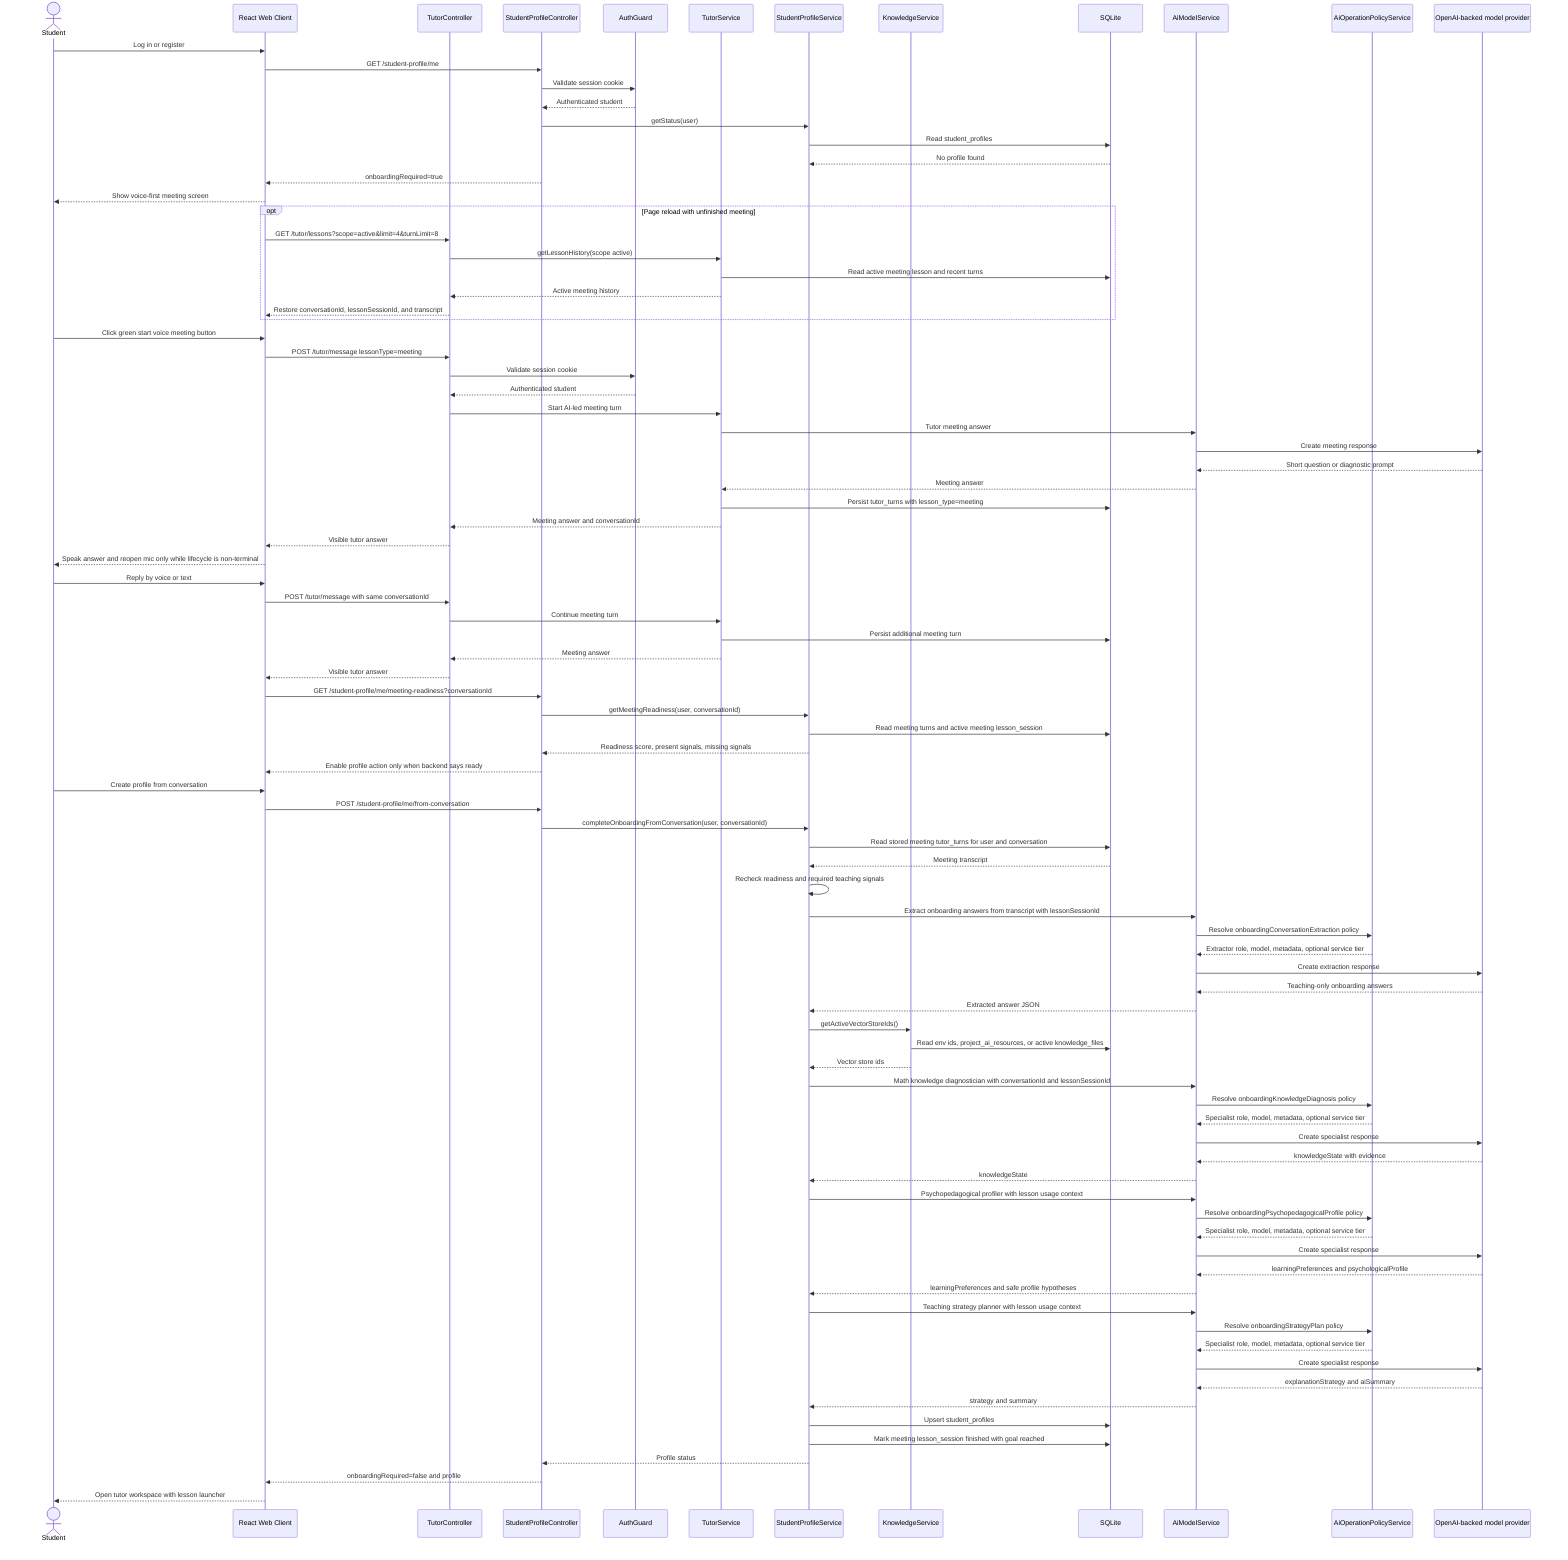
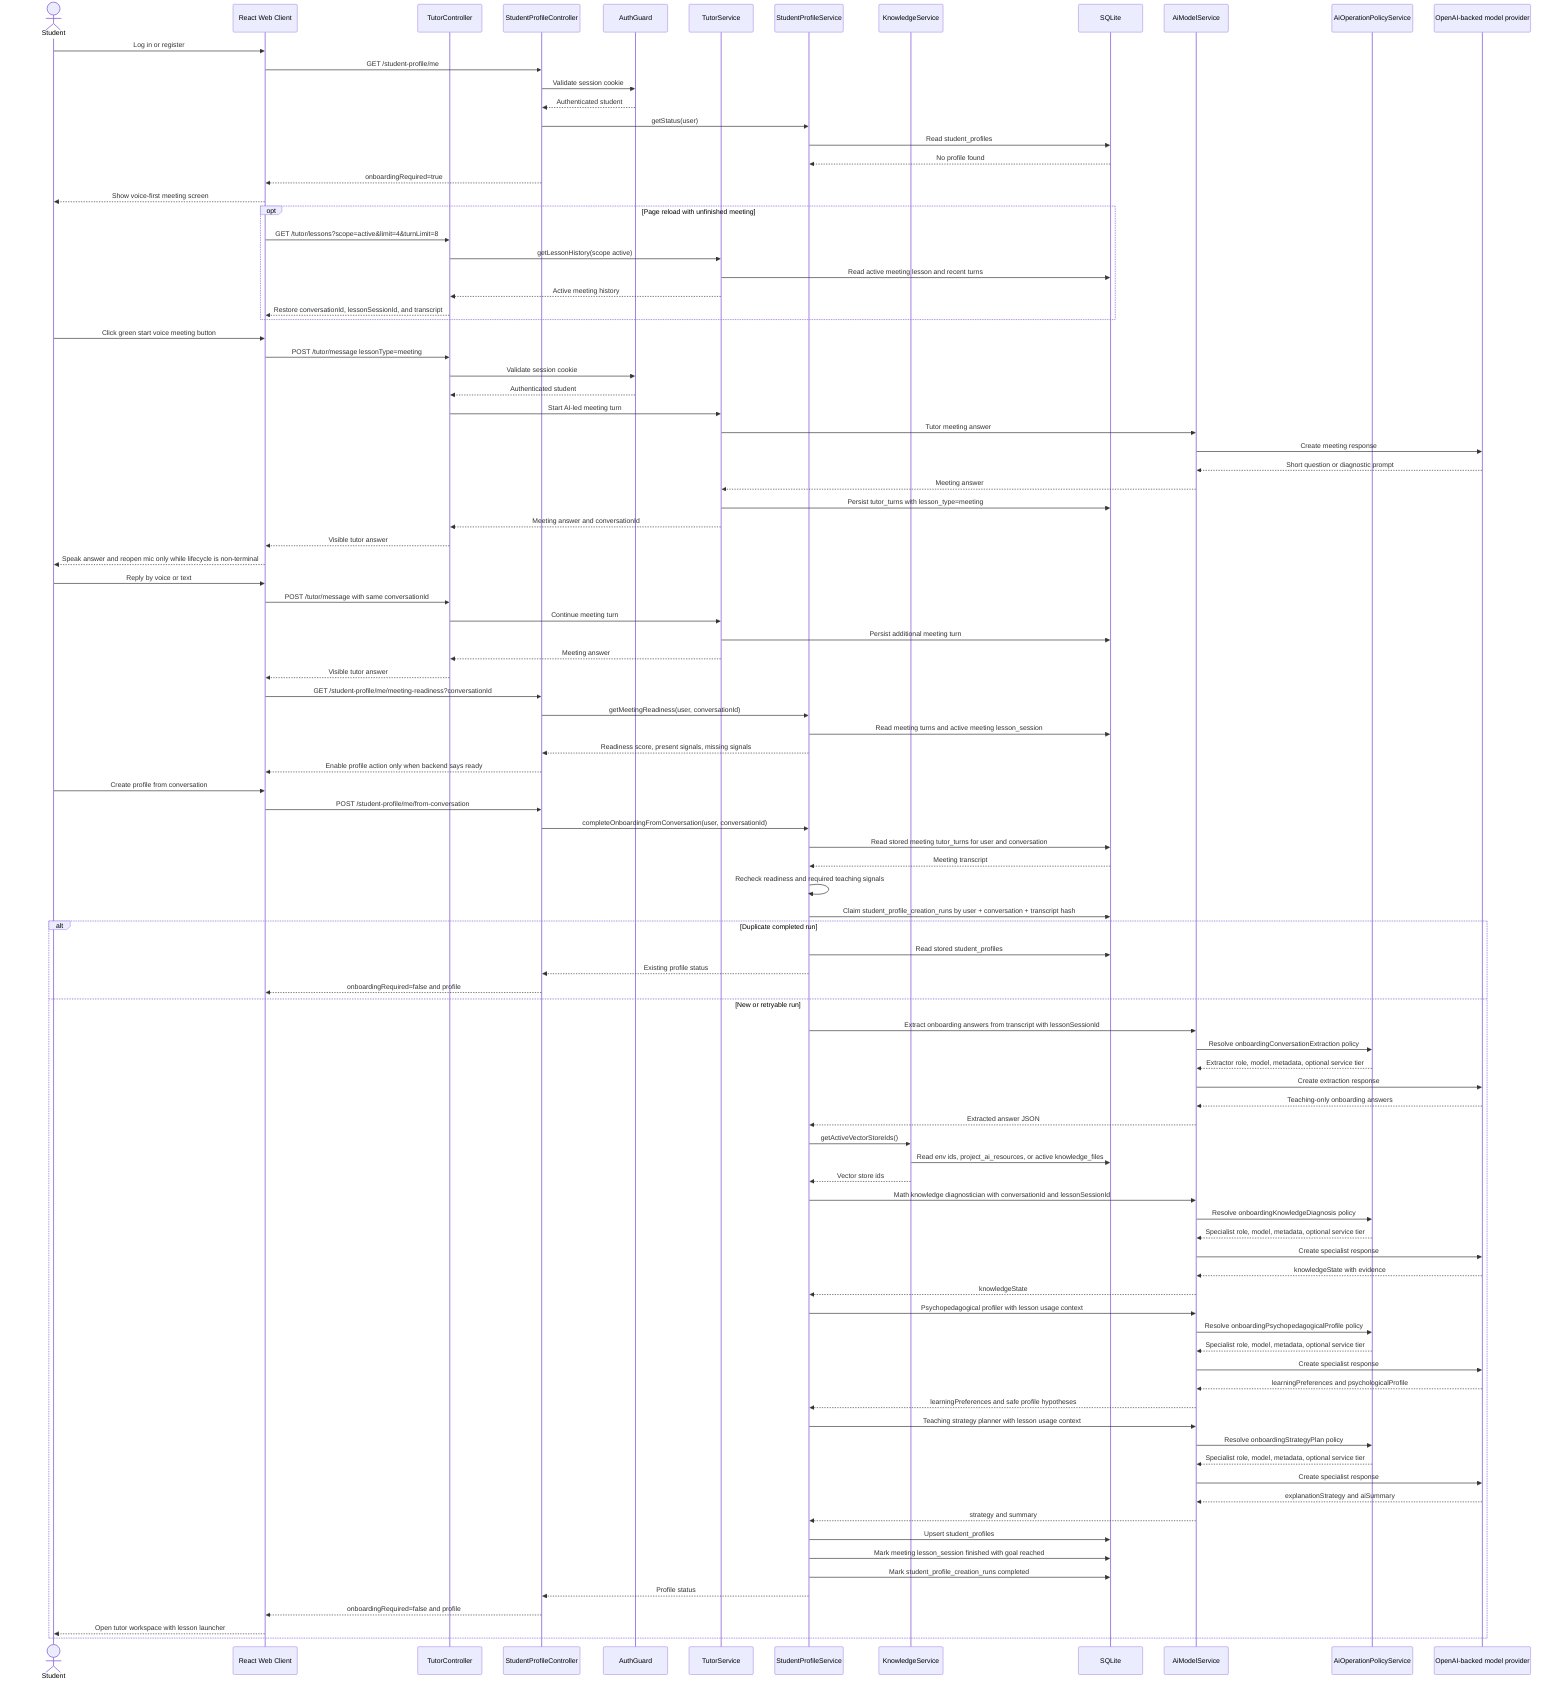
sequenceDiagram
  actor Student
  participant Web as React Web Client
  participant TutorApi as TutorController
  participant API as StudentProfileController
  participant Auth as AuthGuard
  participant Tutor as TutorService
  participant Profile as StudentProfileService
  participant Knowledge as KnowledgeService
  participant DB as SQLite
  participant AIModel as AiModelService
  participant Policy as AiOperationPolicyService
  participant OpenAI as OpenAI-backed model provider

  Student->>Web: Log in or register
  Web->>API: GET /student-profile/me
  API->>Auth: Validate session cookie
  Auth-->>API: Authenticated student
  API->>Profile: getStatus(user)
  Profile->>DB: Read student_profiles
  DB-->>Profile: No profile found
  API-->>Web: onboardingRequired=true
  Web-->>Student: Show voice-first meeting screen
  opt Page reload with unfinished meeting
    Web->>TutorApi: GET /tutor/lessons?scope=active&limit=4&turnLimit=8
    TutorApi->>Tutor: getLessonHistory(scope active)
    Tutor->>DB: Read active meeting lesson and recent turns
    Tutor-->>TutorApi: Active meeting history
    TutorApi-->>Web: Restore conversationId, lessonSessionId, and transcript
  end
  Student->>Web: Click green start voice meeting button
  Web->>TutorApi: POST /tutor/message lessonType=meeting
  TutorApi->>Auth: Validate session cookie
  Auth-->>TutorApi: Authenticated student
  TutorApi->>Tutor: Start AI-led meeting turn
  Tutor->>AIModel: Tutor meeting answer
  AIModel->>OpenAI: Create meeting response
  OpenAI-->>AIModel: Short question or diagnostic prompt
  AIModel-->>Tutor: Meeting answer
  Tutor->>DB: Persist tutor_turns with lesson_type=meeting
  Tutor-->>TutorApi: Meeting answer and conversationId
  TutorApi-->>Web: Visible tutor answer
  Web-->>Student: Speak answer and reopen mic only while lifecycle is non-terminal
  Student->>Web: Reply by voice or text
  Web->>TutorApi: POST /tutor/message with same conversationId
  TutorApi->>Tutor: Continue meeting turn
  Tutor->>DB: Persist additional meeting turn
  Tutor-->>TutorApi: Meeting answer
  TutorApi-->>Web: Visible tutor answer
  Web->>API: GET /student-profile/me/meeting-readiness?conversationId
  API->>Profile: getMeetingReadiness(user, conversationId)
  Profile->>DB: Read meeting turns and active meeting lesson_session
  Profile-->>API: Readiness score, present signals, missing signals
  API-->>Web: Enable profile action only when backend says ready
  Student->>Web: Create profile from conversation
  Web->>API: POST /student-profile/me/from-conversation
  API->>Profile: completeOnboardingFromConversation(user, conversationId)
  Profile->>DB: Read stored meeting tutor_turns for user and conversation
  DB-->>Profile: Meeting transcript
  Profile->>Profile: Recheck readiness and required teaching signals
+   Profile->>DB: Claim student_profile_creation_runs by user + conversation + transcript hash
+   alt Duplicate completed run
+     Profile->>DB: Read stored student_profiles
+     Profile-->>API: Existing profile status
+     API-->>Web: onboardingRequired=false and profile
+   else New or retryable run
  Profile->>AIModel: Extract onboarding answers from transcript with lessonSessionId
  AIModel->>Policy: Resolve onboardingConversationExtraction policy
  Policy-->>AIModel: Extractor role, model, metadata, optional service tier
  AIModel->>OpenAI: Create extraction response
  OpenAI-->>AIModel: Teaching-only onboarding answers
  AIModel-->>Profile: Extracted answer JSON
  Profile->>Knowledge: getActiveVectorStoreIds()
  Knowledge->>DB: Read env ids, project_ai_resources, or active knowledge_files
  Knowledge-->>Profile: Vector store ids
  Profile->>AIModel: Math knowledge diagnostician with conversationId and lessonSessionId
  AIModel->>Policy: Resolve onboardingKnowledgeDiagnosis policy
  Policy-->>AIModel: Specialist role, model, metadata, optional service tier
  AIModel->>OpenAI: Create specialist response
  OpenAI-->>AIModel: knowledgeState with evidence
  AIModel-->>Profile: knowledgeState
  Profile->>AIModel: Psychopedagogical profiler with lesson usage context
  AIModel->>Policy: Resolve onboardingPsychopedagogicalProfile policy
  Policy-->>AIModel: Specialist role, model, metadata, optional service tier
  AIModel->>OpenAI: Create specialist response
  OpenAI-->>AIModel: learningPreferences and psychologicalProfile
  AIModel-->>Profile: learningPreferences and safe profile hypotheses
  Profile->>AIModel: Teaching strategy planner with lesson usage context
  AIModel->>Policy: Resolve onboardingStrategyPlan policy
  Policy-->>AIModel: Specialist role, model, metadata, optional service tier
  AIModel->>OpenAI: Create specialist response
  OpenAI-->>AIModel: explanationStrategy and aiSummary
  AIModel-->>Profile: strategy and summary
  Profile->>DB: Upsert student_profiles
  Profile->>DB: Mark meeting lesson_session finished with goal reached
+   Profile->>DB: Mark student_profile_creation_runs completed
  Profile-->>API: Profile status
  API-->>Web: onboardingRequired=false and profile
  Web-->>Student: Open tutor workspace with lesson launcher
+   end
